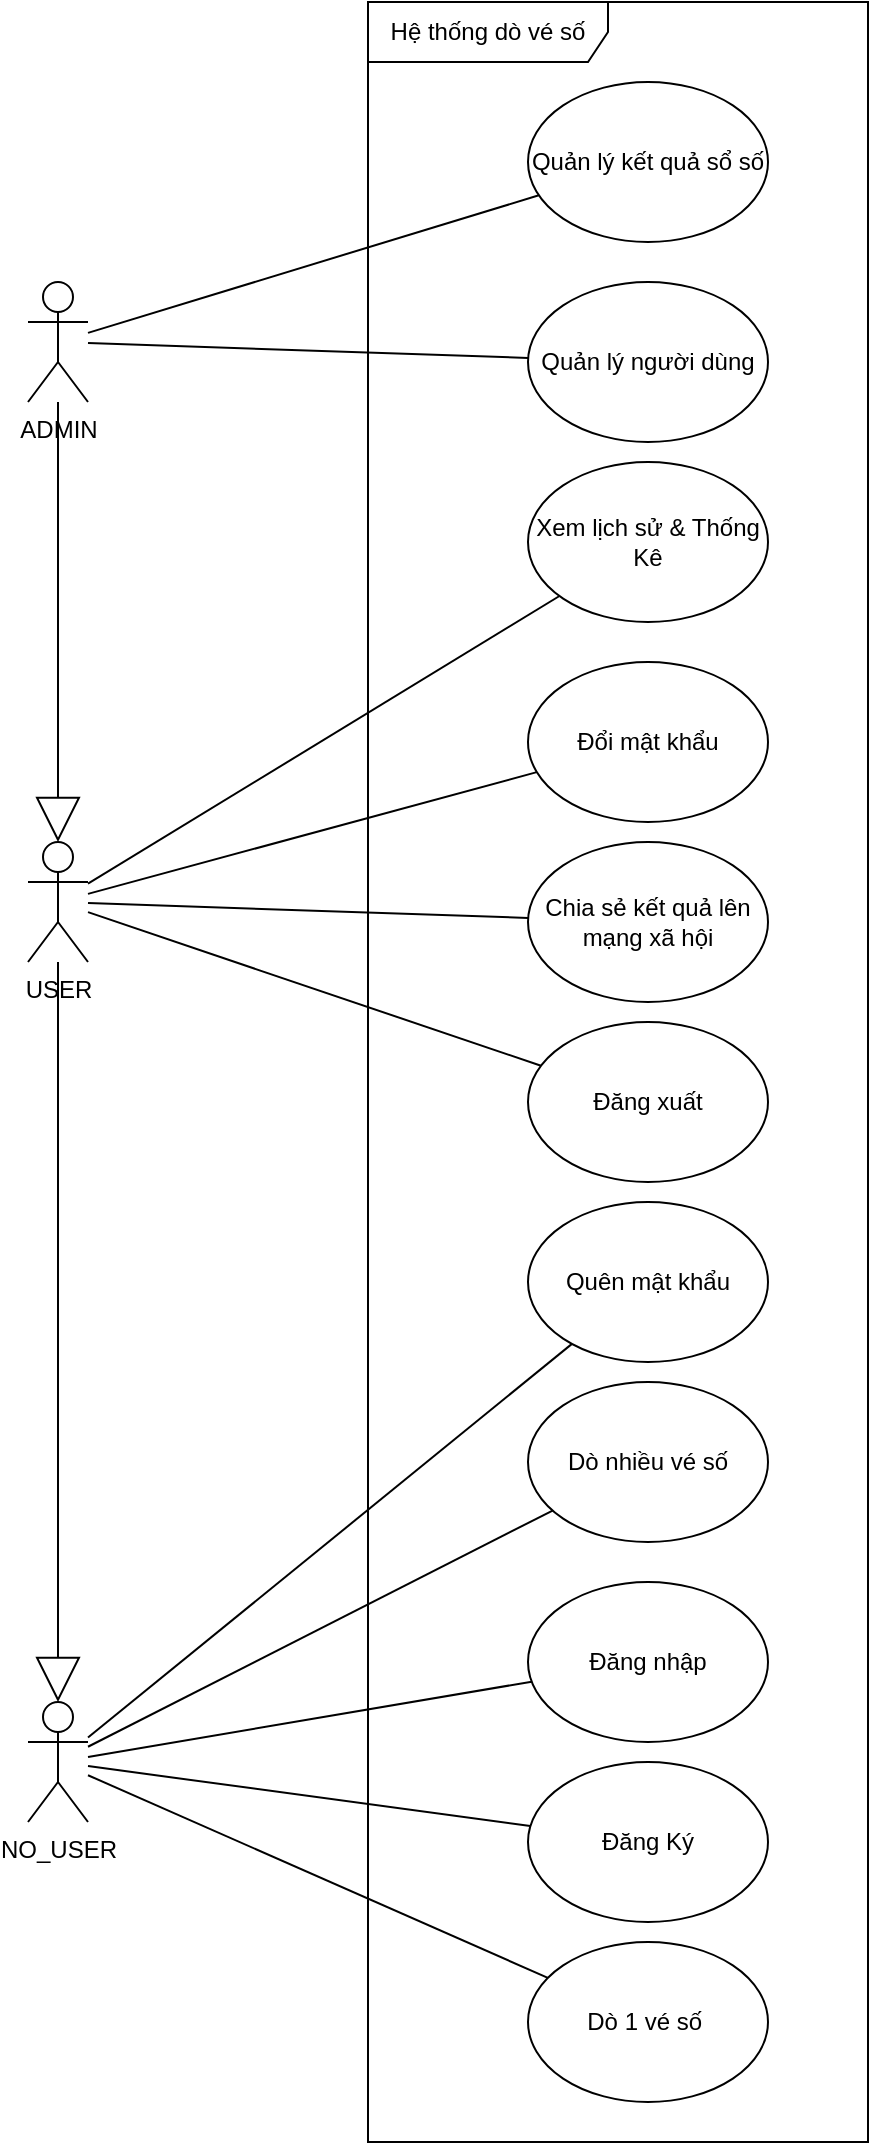
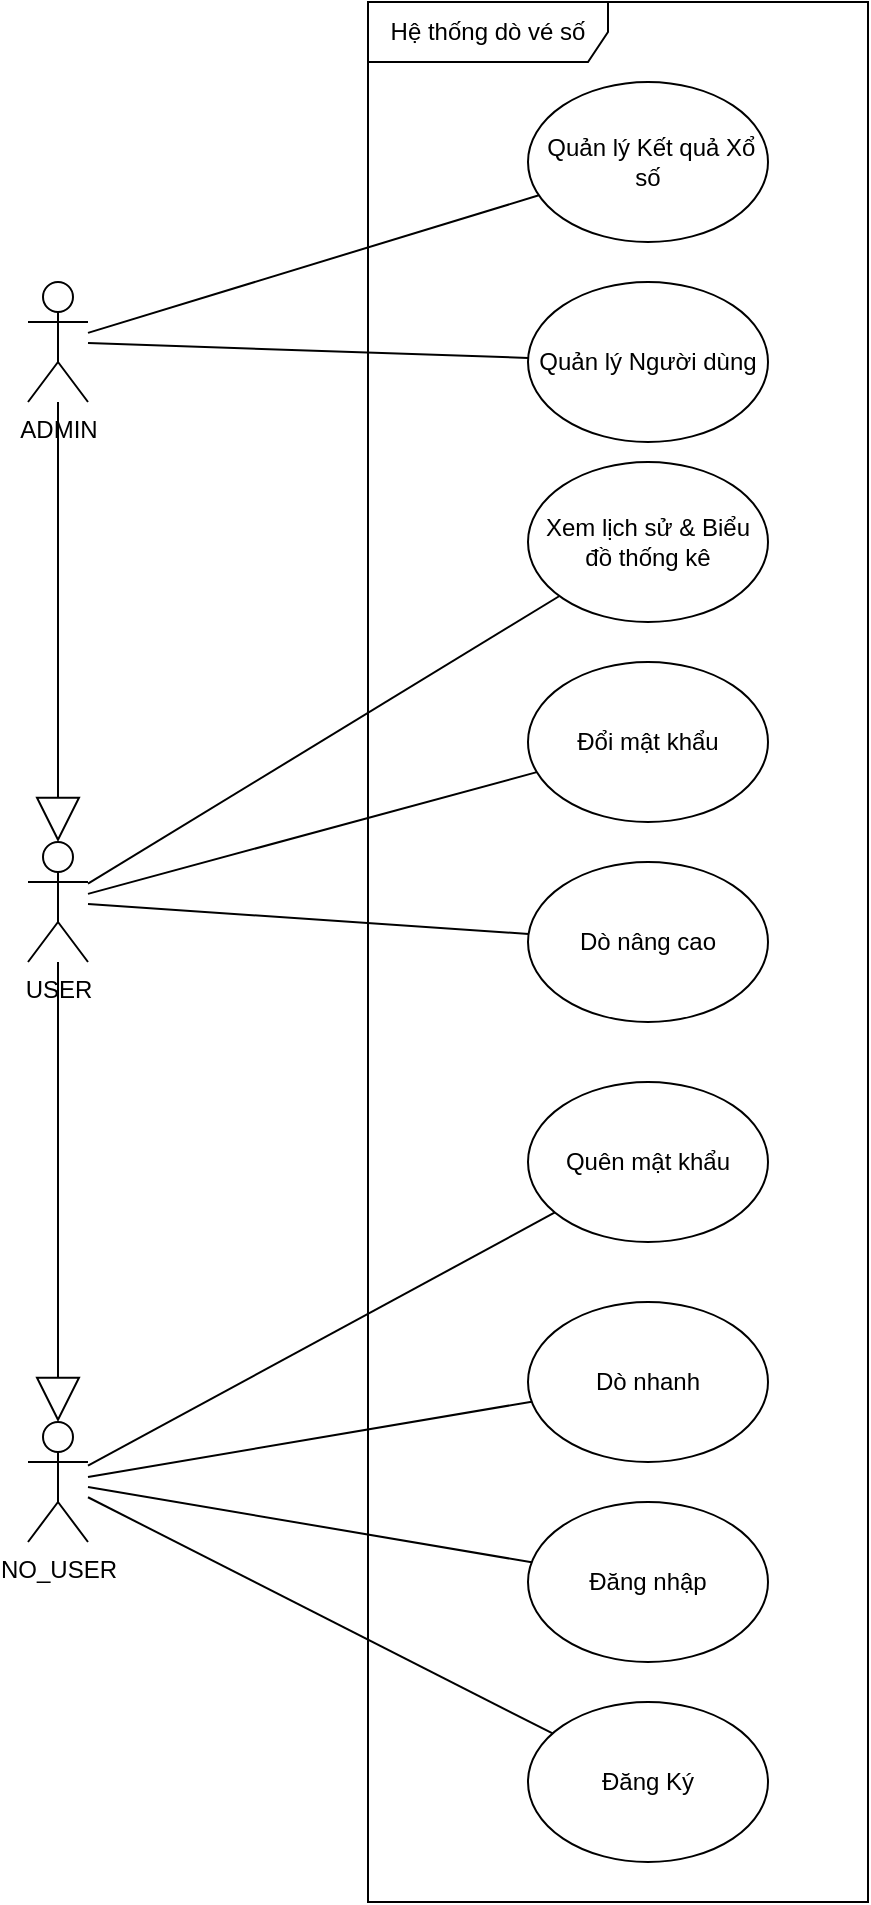
<mxfile host="Electron">
  <diagram name="Page-1" id="B-1_dp_wyny1DUmnd7H0">
-     <mxGraphModel dx="1653" dy="2192" grid="1" gridSize="10" guides="1" tooltips="1" connect="1" arrows="1" fold="1" page="1" pageScale="1" pageWidth="850" pageHeight="1100" math="0" shadow="0">
+     <mxGraphModel dx="1684" dy="2186" grid="1" gridSize="10" guides="1" tooltips="1" connect="1" arrows="1" fold="1" page="1" pageScale="1" pageWidth="850" pageHeight="1100" math="0" shadow="0">
      <root>
        <mxCell id="0" />
        <mxCell id="1" parent="0" />
        <mxCell id="0Cujckg06yvV8QcS-IfQ-7" edge="1" parent="1" source="0Cujckg06yvV8QcS-IfQ-2" style="edgeStyle=orthogonalEdgeStyle;rounded=0;orthogonalLoop=1;jettySize=auto;html=1;endArrow=block;endFill=0;endSize=20;startSize=20;" target="0Cujckg06yvV8QcS-IfQ-3">
          <mxGeometry relative="1" as="geometry" />
        </mxCell>
        <mxCell id="0Cujckg06yvV8QcS-IfQ-2" parent="1" style="shape=umlActor;verticalLabelPosition=bottom;verticalAlign=top;html=1;outlineConnect=0;" value="&lt;div&gt;ADMIN&lt;/div&gt;" vertex="1">
          <mxGeometry height="60" width="30" x="210" y="10" as="geometry" />
        </mxCell>
        <mxCell id="0Cujckg06yvV8QcS-IfQ-6" edge="1" parent="1" source="0Cujckg06yvV8QcS-IfQ-3" style="edgeStyle=orthogonalEdgeStyle;rounded=0;orthogonalLoop=1;jettySize=auto;html=1;endArrow=block;endFill=0;endSize=20;startSize=20;" target="0Cujckg06yvV8QcS-IfQ-4">
          <mxGeometry relative="1" as="geometry" />
        </mxCell>
        <mxCell id="0Cujckg06yvV8QcS-IfQ-3" parent="1" style="shape=umlActor;verticalLabelPosition=bottom;verticalAlign=top;html=1;outlineConnect=0;" value="&lt;div&gt;USER&lt;/div&gt;" vertex="1">
          <mxGeometry height="60" width="30" x="210" y="290" as="geometry" />
        </mxCell>
-         <mxCell id="0Cujckg06yvV8QcS-IfQ-19" edge="1" parent="1" source="0Cujckg06yvV8QcS-IfQ-4" style="edgeStyle=none;rounded=0;orthogonalLoop=1;jettySize=auto;html=1;endArrow=none;endFill=0;" target="0Cujckg06yvV8QcS-IfQ-12">
-           <mxGeometry relative="1" as="geometry" />
+         <mxCell id="0Cujckg06yvV8QcS-IfQ-4" parent="1" style="shape=umlActor;verticalLabelPosition=bottom;verticalAlign=top;html=1;outlineConnect=0;" value="&lt;div&gt;NO&lt;span style=&quot;background-color: transparent; color: light-dark(rgb(0, 0, 0), rgb(255, 255, 255));&quot;&gt;_USER&lt;/span&gt;&lt;/div&gt;" vertex="1">
+           <mxGeometry height="60" width="30" x="210" y="580" as="geometry" />
        </mxCell>
-         <mxCell id="0Cujckg06yvV8QcS-IfQ-4" parent="1" style="shape=umlActor;verticalLabelPosition=bottom;verticalAlign=top;html=1;outlineConnect=0;" value="&lt;div&gt;NO&lt;span style=&quot;background-color: transparent; color: light-dark(rgb(0, 0, 0), rgb(255, 255, 255));&quot;&gt;_USER&lt;/span&gt;&lt;/div&gt;" vertex="1">
-           <mxGeometry height="60" width="30" x="210" y="720" as="geometry" />
-         </mxCell>
-         <mxCell id="0Cujckg06yvV8QcS-IfQ-8" parent="1" style="ellipse;whiteSpace=wrap;html=1;" value="Dò 1 vé số&amp;nbsp;" vertex="1">
-           <mxGeometry height="80" width="120" x="460" y="840" as="geometry" />
+         <mxCell id="0Cujckg06yvV8QcS-IfQ-8" parent="1" style="ellipse;whiteSpace=wrap;html=1;" value="Dò nhanh" vertex="1">
+           <mxGeometry height="80" width="120" x="460" y="520" as="geometry" />
        </mxCell>
        <mxCell id="0Cujckg06yvV8QcS-IfQ-9" parent="1" style="ellipse;whiteSpace=wrap;html=1;" value="Đăng Ký" vertex="1">
-           <mxGeometry height="80" width="120" x="460" y="750" as="geometry" />
+           <mxGeometry height="80" width="120" x="460" y="720" as="geometry" />
        </mxCell>
        <mxCell id="0Cujckg06yvV8QcS-IfQ-10" parent="1" style="ellipse;whiteSpace=wrap;html=1;" value="Đăng nhập" vertex="1">
-           <mxGeometry height="80" width="120" x="460" y="660" as="geometry" />
+           <mxGeometry height="80" width="120" x="460" y="620" as="geometry" />
        </mxCell>
        <mxCell id="0Cujckg06yvV8QcS-IfQ-11" parent="1" style="ellipse;whiteSpace=wrap;html=1;" value="Quên mật khẩu" vertex="1">
-           <mxGeometry height="80" width="120" x="460" y="470" as="geometry" />
+           <mxGeometry height="80" width="120" x="460" y="410" as="geometry" />
        </mxCell>
-         <mxCell id="0Cujckg06yvV8QcS-IfQ-12" parent="1" style="ellipse;whiteSpace=wrap;html=1;" value="Dò nhiều vé số" vertex="1">
-           <mxGeometry height="80" width="120" x="460" y="560" as="geometry" />
+         <mxCell id="0Cujckg06yvV8QcS-IfQ-12" parent="1" style="ellipse;whiteSpace=wrap;html=1;" value="Dò nâng cao" vertex="1">
+           <mxGeometry height="80" width="120" x="460" y="300" as="geometry" />
        </mxCell>
        <mxCell id="0Cujckg06yvV8QcS-IfQ-13" parent="1" style="ellipse;whiteSpace=wrap;html=1;" value="Đổi mật khẩu" vertex="1">
          <mxGeometry height="80" width="120" x="460" y="200" as="geometry" />
        </mxCell>
-         <mxCell id="0Cujckg06yvV8QcS-IfQ-14" parent="1" style="ellipse;whiteSpace=wrap;html=1;" value="Xem lịch sử &amp;amp; Thống Kê" vertex="1">
+         <mxCell id="0Cujckg06yvV8QcS-IfQ-14" parent="1" style="ellipse;whiteSpace=wrap;html=1;" value="Xem lịch sử &amp;amp; Biểu đồ thống kê" vertex="1">
          <mxGeometry height="80" width="120" x="460" y="100" as="geometry" />
        </mxCell>
-         <mxCell id="0Cujckg06yvV8QcS-IfQ-15" parent="1" style="ellipse;whiteSpace=wrap;html=1;" value="Chia sẻ kết quả lên mạng xã hội" vertex="1">
-           <mxGeometry height="80" width="120" x="460" y="290" as="geometry" />
-         </mxCell>
-         <mxCell id="0Cujckg06yvV8QcS-IfQ-16" parent="1" style="ellipse;whiteSpace=wrap;html=1;" value="Đăng xuất" vertex="1">
-           <mxGeometry height="80" width="120" x="460" y="380" as="geometry" />
-         </mxCell>
-         <mxCell id="0Cujckg06yvV8QcS-IfQ-17" parent="1" style="ellipse;whiteSpace=wrap;html=1;" value="Quản lý người dùng" vertex="1">
+         <mxCell id="0Cujckg06yvV8QcS-IfQ-17" parent="1" style="ellipse;whiteSpace=wrap;html=1;" value="Quản lý Người dùng" vertex="1">
          <mxGeometry height="80" width="120" x="460" y="10" as="geometry" />
        </mxCell>
-         <mxCell id="0Cujckg06yvV8QcS-IfQ-18" parent="1" style="ellipse;whiteSpace=wrap;html=1;" value="Quản lý kết quả sổ số" vertex="1">
+         <mxCell id="0Cujckg06yvV8QcS-IfQ-18" parent="1" style="ellipse;whiteSpace=wrap;html=1;" value="&amp;nbsp;Quản lý Kết quả Xổ số" vertex="1">
          <mxGeometry height="80" width="120" x="460" y="-90" as="geometry" />
        </mxCell>
        <mxCell id="0Cujckg06yvV8QcS-IfQ-20" edge="1" parent="1" source="0Cujckg06yvV8QcS-IfQ-4" style="edgeStyle=none;rounded=0;orthogonalLoop=1;jettySize=auto;html=1;endArrow=none;endFill=0;" target="0Cujckg06yvV8QcS-IfQ-10">
          <mxGeometry relative="1" as="geometry">
            <mxPoint x="250" y="752" as="sourcePoint" />
            <mxPoint x="482" y="634" as="targetPoint" />
          </mxGeometry>
        </mxCell>
        <mxCell id="0Cujckg06yvV8QcS-IfQ-21" edge="1" parent="1" source="0Cujckg06yvV8QcS-IfQ-4" style="edgeStyle=none;rounded=0;orthogonalLoop=1;jettySize=auto;html=1;endArrow=none;endFill=0;" target="0Cujckg06yvV8QcS-IfQ-9">
          <mxGeometry relative="1" as="geometry">
            <mxPoint x="250" y="757" as="sourcePoint" />
            <mxPoint x="472" y="720" as="targetPoint" />
          </mxGeometry>
        </mxCell>
        <mxCell id="0Cujckg06yvV8QcS-IfQ-22" edge="1" parent="1" source="0Cujckg06yvV8QcS-IfQ-4" style="edgeStyle=none;rounded=0;orthogonalLoop=1;jettySize=auto;html=1;endArrow=none;endFill=0;" target="0Cujckg06yvV8QcS-IfQ-8">
          <mxGeometry relative="1" as="geometry">
            <mxPoint x="250" y="762" as="sourcePoint" />
            <mxPoint x="471" y="792" as="targetPoint" />
          </mxGeometry>
        </mxCell>
        <mxCell id="0Cujckg06yvV8QcS-IfQ-23" edge="1" parent="1" source="0Cujckg06yvV8QcS-IfQ-4" style="edgeStyle=none;rounded=0;orthogonalLoop=1;jettySize=auto;html=1;endArrow=none;endFill=0;" target="0Cujckg06yvV8QcS-IfQ-11">
          <mxGeometry relative="1" as="geometry">
            <mxPoint x="250" y="752" as="sourcePoint" />
            <mxPoint x="482" y="634" as="targetPoint" />
          </mxGeometry>
        </mxCell>
        <mxCell id="0Cujckg06yvV8QcS-IfQ-24" edge="1" parent="1" source="0Cujckg06yvV8QcS-IfQ-3" style="edgeStyle=none;rounded=0;orthogonalLoop=1;jettySize=auto;html=1;endArrow=none;endFill=0;" target="0Cujckg06yvV8QcS-IfQ-13">
          <mxGeometry relative="1" as="geometry">
            <mxPoint x="250" y="321" as="sourcePoint" />
            <mxPoint x="485" y="186" as="targetPoint" />
          </mxGeometry>
        </mxCell>
-         <mxCell id="0Cujckg06yvV8QcS-IfQ-25" edge="1" parent="1" source="0Cujckg06yvV8QcS-IfQ-3" style="edgeStyle=none;rounded=0;orthogonalLoop=1;jettySize=auto;html=1;endArrow=none;endFill=0;" target="0Cujckg06yvV8QcS-IfQ-15">
-           <mxGeometry relative="1" as="geometry">
-             <mxPoint x="250" y="326" as="sourcePoint" />
-             <mxPoint x="474" y="265" as="targetPoint" />
-           </mxGeometry>
-         </mxCell>
-         <mxCell id="0Cujckg06yvV8QcS-IfQ-26" edge="1" parent="1" source="0Cujckg06yvV8QcS-IfQ-3" style="edgeStyle=none;rounded=0;orthogonalLoop=1;jettySize=auto;html=1;endArrow=none;endFill=0;" target="0Cujckg06yvV8QcS-IfQ-16">
-           <mxGeometry relative="1" as="geometry">
-             <mxPoint x="250" y="331" as="sourcePoint" />
-             <mxPoint x="470" y="338" as="targetPoint" />
-           </mxGeometry>
-         </mxCell>
        <mxCell id="0Cujckg06yvV8QcS-IfQ-27" edge="1" parent="1" source="0Cujckg06yvV8QcS-IfQ-3" style="edgeStyle=none;rounded=0;orthogonalLoop=1;jettySize=auto;html=1;endArrow=none;endFill=0;" target="0Cujckg06yvV8QcS-IfQ-14">
          <mxGeometry relative="1" as="geometry">
            <mxPoint x="250" y="335" as="sourcePoint" />
            <mxPoint x="477" y="412" as="targetPoint" />
          </mxGeometry>
        </mxCell>
        <mxCell id="0Cujckg06yvV8QcS-IfQ-30" parent="1" style="shape=umlFrame;whiteSpace=wrap;html=1;pointerEvents=0;width=120;height=30;" value="Hệ thống dò vé số" vertex="1">
-           <mxGeometry height="1070" width="250" x="380" y="-130" as="geometry" />
+           <mxGeometry height="950" width="250" x="380" y="-130" as="geometry" />
        </mxCell>
        <mxCell id="0Cujckg06yvV8QcS-IfQ-31" edge="1" parent="1" source="0Cujckg06yvV8QcS-IfQ-2" style="edgeStyle=none;rounded=0;orthogonalLoop=1;jettySize=auto;html=1;endArrow=none;endFill=0;" target="0Cujckg06yvV8QcS-IfQ-18">
          <mxGeometry relative="1" as="geometry">
            <mxPoint x="250" y="321" as="sourcePoint" />
            <mxPoint x="485" y="186" as="targetPoint" />
          </mxGeometry>
        </mxCell>
        <mxCell id="0Cujckg06yvV8QcS-IfQ-32" edge="1" parent="1" source="0Cujckg06yvV8QcS-IfQ-2" style="edgeStyle=none;rounded=0;orthogonalLoop=1;jettySize=auto;html=1;endArrow=none;endFill=0;" target="0Cujckg06yvV8QcS-IfQ-17">
          <mxGeometry relative="1" as="geometry">
            <mxPoint x="250" y="112" as="sourcePoint" />
            <mxPoint x="483" y="-15" as="targetPoint" />
          </mxGeometry>
        </mxCell>
+         <mxCell id="rdgiqFikv7_Itk1mi2Ba-10" edge="1" parent="1" source="0Cujckg06yvV8QcS-IfQ-3" style="edgeStyle=none;rounded=0;orthogonalLoop=1;jettySize=auto;html=1;endArrow=none;endFill=0;" target="0Cujckg06yvV8QcS-IfQ-12">
+           <mxGeometry relative="1" as="geometry">
+             <mxPoint x="250" y="326" as="sourcePoint" />
+             <mxPoint x="474" y="265" as="targetPoint" />
+           </mxGeometry>
+         </mxCell>
      </root>
    </mxGraphModel>
  </diagram>
</mxfile>
